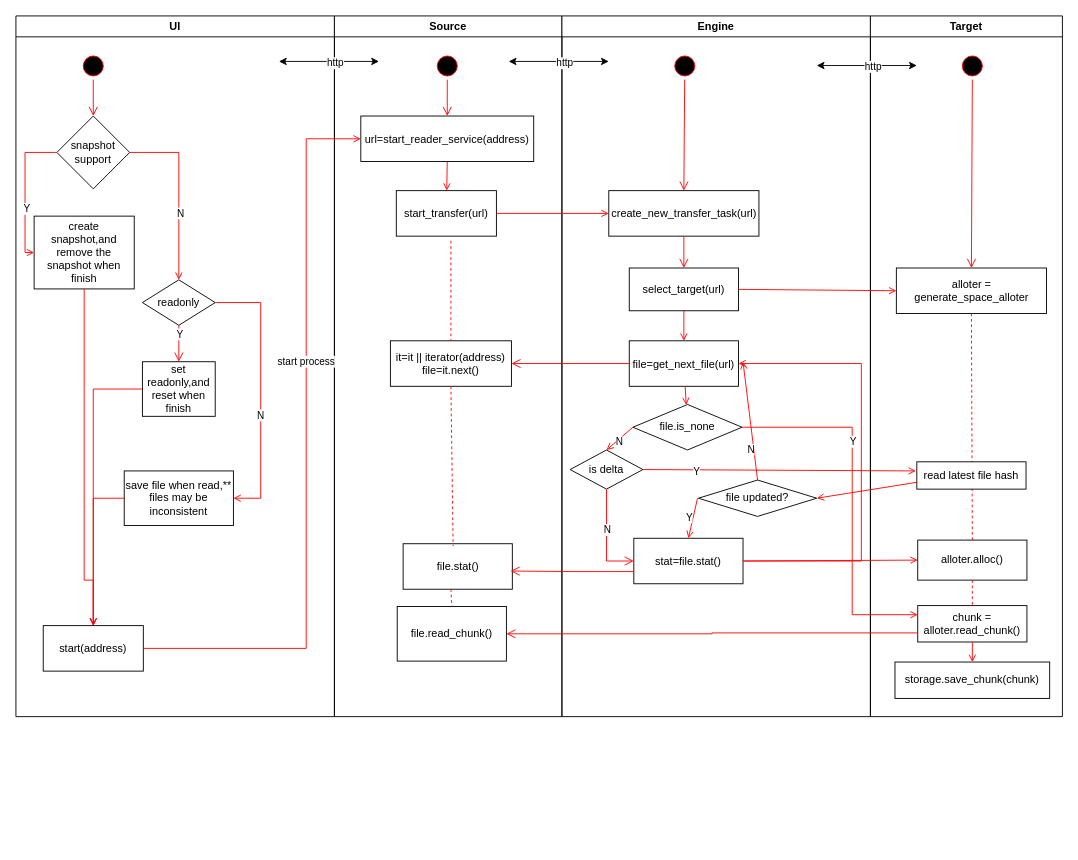
The draw.io diagram doc/PM/framework/draft.drawio in buckyos/bucky_backup_suite, before the edit. Source tidied: cells renumbered, new cells numbered last; positions are measured from the earlier drawing's top-left corner, leaving out a move shared by most shapes. Both pictures are drawn from the tidied source at 91%, with x=0, y=0 at pixel (15, 15).
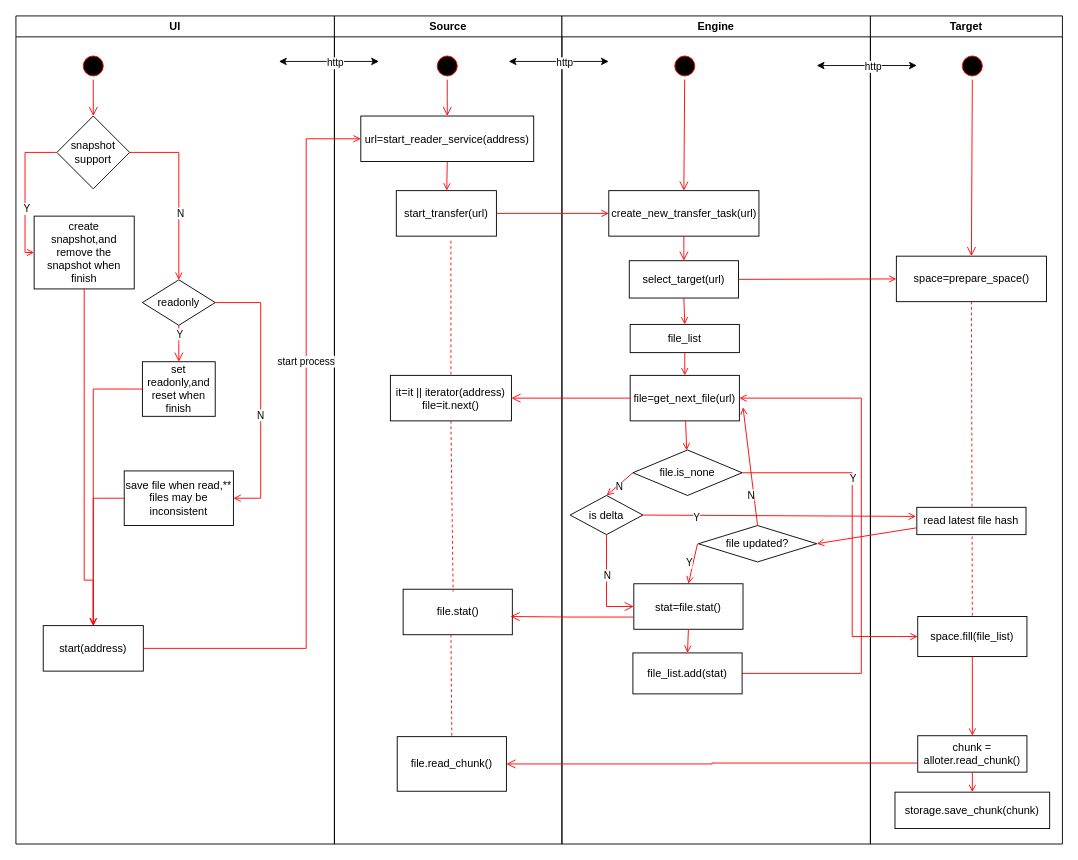
The same diagram, later.

Commit message (it also covers changes not shown here):
splitting preparation and uploading, how to store the prepared data depends entirely on the implementation of the 'Target'

Diff of the diagram source:
```diff
@@
     <mxCell id="2" value="UI" style="swimlane;whiteSpace=wrap;" parent="1" vertex="1">
-      <mxGeometry width="350" height="770" as="geometry" />
+      <mxGeometry width="350" height="910" as="geometry" />
     </mxCell>
@@
     <mxCell id="22" value="Source" style="swimlane;whiteSpace=wrap;" parent="1" vertex="1">
-      <mxGeometry x="350" width="250" height="770" as="geometry" />
+      <mxGeometry x="350" width="250" height="910" as="geometry" />
     </mxCell>
@@
     <mxCell id="28" value="it=it || iterator(address)&#10;file=it.next()" parent="22" vertex="1">
-      <mxGeometry x="61.5" y="357" width="133" height="50" as="geometry" />
+      <mxGeometry x="61.5" y="395" width="133" height="50" as="geometry" />
     </mxCell>
@@
     <mxCell id="30" value="file.stat()" style="rounded=0;whiteSpace=wrap;html=1;" parent="22" vertex="1">
-      <mxGeometry x="75.5" y="580" width="120" height="50" as="geometry" />
+      <mxGeometry x="75.5" y="630" width="120" height="50" as="geometry" />
     </mxCell>
@@
     <mxCell id="32" value="file.read_chunk()" style="rounded=0;whiteSpace=wrap;html=1;" parent="22" vertex="1">
-      <mxGeometry x="69" y="649" width="120" height="60" as="geometry" />
+      <mxGeometry x="69" y="792" width="120" height="60" as="geometry" />
     </mxCell>
@@
     <mxCell id="34" value="Engine" style="swimlane;whiteSpace=wrap;" parent="1" vertex="1">
-      <mxGeometry x="600" width="339" height="770" as="geometry" />
+      <mxGeometry x="600" width="339" height="910" as="geometry" />
     </mxCell>
     <mxCell id="35" value="file=get_next_file(url)" parent="34" vertex="1">
-      <mxGeometry x="74" y="357" width="120" height="50" as="geometry" />
+      <mxGeometry x="75" y="395" width="120" height="50" as="geometry" />
     </mxCell>
@@
     <mxCell id="40" value="stat=file.stat()" parent="34" vertex="1">
-      <mxGeometry x="79" y="574" width="120" height="50" as="geometry" />
+      <mxGeometry x="79" y="624" width="120" height="50" as="geometry" />
     </mxCell>
-    <mxCell id="41" style="edgeStyle=elbowEdgeStyle;elbow=horizontal;strokeColor=#FF0000;endArrow=open;endFill=1;rounded=0;exitX=1;exitY=0.5;exitDx=0;exitDy=0;entryX=1;entryY=0.5;entryDx=0;entryDy=0;" parent="34" edge="1" source="40" target="35">
+    <mxCell id="41" style="edgeStyle=elbowEdgeStyle;elbow=horizontal;strokeColor=#FF0000;endArrow=open;endFill=1;rounded=0;exitX=1;exitY=0.5;exitDx=0;exitDy=0;entryX=1;entryY=0.5;entryDx=0;entryDy=0;" parent="34" edge="1" source="86" target="35">
       <mxGeometry relative="1" as="geometry">
         <Array as="points">
-          <mxPoint x="329" y="490" />
+          <mxPoint x="329" y="540" />
         </Array>
       </mxGeometry>
     </mxCell>
     <mxCell id="42" value="select_target(url)" style="rounded=0;whiteSpace=wrap;html=1;" parent="34" vertex="1">
-      <mxGeometry x="74" y="277" width="120" height="47" as="geometry" />
+      <mxGeometry x="74" y="269" width="120" height="41" as="geometry" />
     </mxCell>
@@
-    <mxCell id="44" style="endArrow=open;strokeColor=#FF0000;endFill=1;rounded=0;exitX=0.5;exitY=1;exitDx=0;exitDy=0;" parent="34" edge="1" source="42">
-      <mxGeometry relative="1" as="geometry">
-        <mxPoint x="134" y="357" as="targetPoint" />
-      </mxGeometry>
+    <mxCell id="44" style="endArrow=open;strokeColor=#FF0000;endFill=1;rounded=0;exitX=0.5;exitY=1;exitDx=0;exitDy=0;entryX=0.5;entryY=0;entryDx=0;entryDy=0;" parent="34" edge="1" source="42" target="87">
+      <mxGeometry relative="1" as="geometry" />
     </mxCell>
     <mxCell id="45" value="file.is_none" style="rhombus;whiteSpace=wrap;html=1;" parent="34" vertex="1">
-      <mxGeometry x="78" y="427" width="120" height="50" as="geometry" />
+      <mxGeometry x="78" y="477" width="120" height="50" as="geometry" />
     </mxCell>
@@
     <mxCell id="48" value="is delta" style="rhombus;whiteSpace=wrap;html=1;" parent="34" vertex="1">
-      <mxGeometry x="9" y="477" width="80" height="43" as="geometry" />
+      <mxGeometry x="9" y="527" width="80" height="43" as="geometry" />
     </mxCell>
     <mxCell id="49" style="edgeStyle=elbowEdgeStyle;elbow=horizontal;verticalAlign=bottom;endArrow=open;endSize=8;strokeColor=#FF0000;endFill=1;rounded=0;exitX=0.5;exitY=1;exitDx=0;exitDy=0;" parent="34" edge="1" source="48" target="40">
       <mxGeometry x="-581" y="-220" as="geometry">
         <Array as="points">
-          <mxPoint x="49" y="560" />
+          <mxPoint x="49" y="610" />
         </Array>
       </mxGeometry>
     </mxCell>
@@
     <mxCell id="51" style="edgeStyle=elbowEdgeStyle;elbow=horizontal;verticalAlign=bottom;endArrow=open;endSize=8;strokeColor=#FF0000;endFill=1;rounded=0;exitX=0;exitY=0.5;exitDx=0;exitDy=0;entryX=0.983;entryY=0.367;entryDx=0;entryDy=0;entryPerimeter=0;" parent="34" edge="1">
       <mxGeometry x="-1781" y="-340" as="geometry">
-        <mxPoint x="79" y="610.6" as="sourcePoint" />
-        <mxPoint x="-56.5" y="610" as="targetPoint" />
+        <mxPoint x="79" y="660.6" as="sourcePoint" />
+        <mxPoint x="-56.5" y="660" as="targetPoint" />
         <Array as="points">
-          <mxPoint x="11" y="621.6" />
+          <mxPoint x="11" y="671.6" />
         </Array>
       </mxGeometry>
     </mxCell>
     <mxCell id="52" style="endArrow=open;strokeColor=#FF0000;endFill=1;rounded=0;exitX=1;exitY=0.5;exitDx=0;exitDy=0;" parent="34" edge="1" source="48">
       <mxGeometry relative="1" as="geometry">
-        <mxPoint x="389" y="500" as="targetPoint" />
+        <mxPoint x="389" y="550" as="targetPoint" />
       </mxGeometry>
     </mxCell>
@@
     <mxCell id="54" value="file updated?" style="rhombus;whiteSpace=wrap;html=1;" parent="34" vertex="1">
-      <mxGeometry x="150" y="510" width="130" height="40" as="geometry" />
+      <mxGeometry x="150" y="560" width="130" height="40" as="geometry" />
     </mxCell>
     <mxCell id="55" style="endArrow=open;strokeColor=#FF0000;endFill=1;rounded=0;entryX=0.5;entryY=0;entryDx=0;entryDy=0;" parent="34" edge="1" target="40">
       <mxGeometry relative="1" as="geometry">
-        <mxPoint x="149" y="530" as="sourcePoint" />
+        <mxPoint x="149" y="580" as="sourcePoint" />
       </mxGeometry>
     </mxCell>
@@
     <mxCell id="57" style="endArrow=open;strokeColor=#FF0000;endFill=1;rounded=0;exitX=0.5;exitY=0;exitDx=0;exitDy=0;" parent="34" edge="1" source="54">
       <mxGeometry relative="1" as="geometry">
-        <mxPoint x="199" y="380" as="targetPoint" />
+        <mxPoint x="199" y="430" as="targetPoint" />
       </mxGeometry>
     </mxCell>
@@
+    <mxCell id="86" value="file_list.add(stat)" style="rounded=0;whiteSpace=wrap;html=1;" parent="34" vertex="1">
+      <mxGeometry x="78" y="700" width="120" height="45" as="geometry" />
+    </mxCell>
+    <mxCell id="87" value="file_list" style="rounded=0;whiteSpace=wrap;html=1;" parent="34" vertex="1">
+      <mxGeometry x="75" y="339" width="120" height="31" as="geometry" />
+    </mxCell>
+    <mxCell id="88" style="endArrow=open;strokeColor=#FF0000;endFill=1;rounded=0;entryX=0.5;entryY=0;entryDx=0;entryDy=0;exitX=0.5;exitY=1;exitDx=0;exitDy=0;" parent="34" edge="1" source="87" target="35">
+      <mxGeometry relative="1" as="geometry" />
+    </mxCell>
+    <mxCell id="89" style="endArrow=open;strokeColor=#FF0000;endFill=1;rounded=0;entryX=0.5;entryY=0;entryDx=0;entryDy=0;exitX=0.5;exitY=1;exitDx=0;exitDy=0;" parent="34" edge="1" source="40" target="86">
+      <mxGeometry relative="1" as="geometry" />
+    </mxCell>
     <mxCell id="61" value="Target" style="swimlane;whiteSpace=wrap;" parent="1" vertex="1">
-      <mxGeometry x="939" width="211" height="770" as="geometry" />
+      <mxGeometry x="939" width="211" height="910" as="geometry" />
     </mxCell>
@@
-    <mxCell id="63" value="alloter = generate_space_alloter" style="rounded=0;whiteSpace=wrap;html=1;" parent="61" vertex="1">
-      <mxGeometry x="28.5" y="277" width="165" height="50" as="geometry" />
+    <mxCell id="63" value="space=prepare_space()" style="rounded=0;whiteSpace=wrap;html=1;" parent="61" vertex="1">
+      <mxGeometry x="28.5" y="264" width="165" height="50" as="geometry" />
     </mxCell>
@@
-    <mxCell id="65" value="alloter.alloc()" style="rounded=0;whiteSpace=wrap;html=1;" parent="61" vertex="1">
-      <mxGeometry x="52" y="576" width="120" height="44" as="geometry" />
+    <mxCell id="65" value="space.fill(file_list)" style="rounded=0;whiteSpace=wrap;html=1;" parent="61" vertex="1">
+      <mxGeometry x="52" y="660" width="120" height="44" as="geometry" />
     </mxCell>
@@
     <mxCell id="67" value="chunk = alloter.read_chunk()" style="rounded=0;whiteSpace=wrap;html=1;" parent="61" vertex="1">
-      <mxGeometry x="52" y="648" width="120" height="40" as="geometry" />
+      <mxGeometry x="52" y="791" width="120" height="40" as="geometry" />
     </mxCell>
     <mxCell id="68" value="storage.save_chunk(chunk)" style="rounded=0;whiteSpace=wrap;html=1;" parent="61" vertex="1">
-      <mxGeometry x="27" y="710" width="170" height="40" as="geometry" />
+      <mxGeometry x="27" y="853" width="170" height="40" as="geometry" />
     </mxCell>
@@
-    <mxCell id="70" style="endArrow=none;strokeColor=#FF0000;endFill=0;rounded=0;dashed=1;entryX=0.5;entryY=0;entryDx=0;entryDy=0;exitX=0.5;exitY=1;exitDx=0;exitDy=0;" parent="61" edge="1" source="65" target="67">
-      <mxGeometry relative="1" as="geometry" />
-    </mxCell>
     <mxCell id="71" value="read latest file hash" style="rounded=0;whiteSpace=wrap;html=1;" parent="61" vertex="1">
-      <mxGeometry x="51" y="490" width="120" height="30" as="geometry" />
+      <mxGeometry x="51" y="540" width="120" height="30" as="geometry" />
     </mxCell>
@@
+    <mxCell id="70" style="endArrow=open;strokeColor=#FF0000;endFill=1;rounded=0;exitX=0.5;exitY=1;exitDx=0;exitDy=0;entryX=0.5;entryY=0;entryDx=0;entryDy=0;" parent="61" edge="1" source="65" target="67">
+      <mxGeometry relative="1" as="geometry" />
+    </mxCell>
@@
-    <mxCell id="76" style="endArrow=open;strokeColor=#FF0000;endFill=1;rounded=0;exitX=1;exitY=0.5;exitDx=0;exitDy=0;entryX=0;entryY=0.5;entryDx=0;entryDy=0;" parent="1" edge="1" source="40" target="65">
-      <mxGeometry relative="1" as="geometry" />
-    </mxCell>
-    <mxCell id="77" style="edgeStyle=elbowEdgeStyle;elbow=horizontal;strokeColor=#FF0000;endArrow=open;endFill=1;rounded=0;exitX=1;exitY=0.5;exitDx=0;exitDy=0;entryX=0;entryY=0.25;entryDx=0;entryDy=0;" parent="1" edge="1" source="45" target="67">
+    <mxCell id="77" style="edgeStyle=elbowEdgeStyle;elbow=horizontal;strokeColor=#FF0000;endArrow=open;endFill=1;rounded=0;exitX=1;exitY=0.5;exitDx=0;exitDy=0;entryX=0;entryY=0.5;entryDx=0;entryDy=0;" parent="1" edge="1" source="45" target="65">
       <mxGeometry relative="1" as="geometry">
         <Array as="points">
           <mxPoint x="919" y="560" />
         </Array>
       </mxGeometry>
     </mxCell>
```
